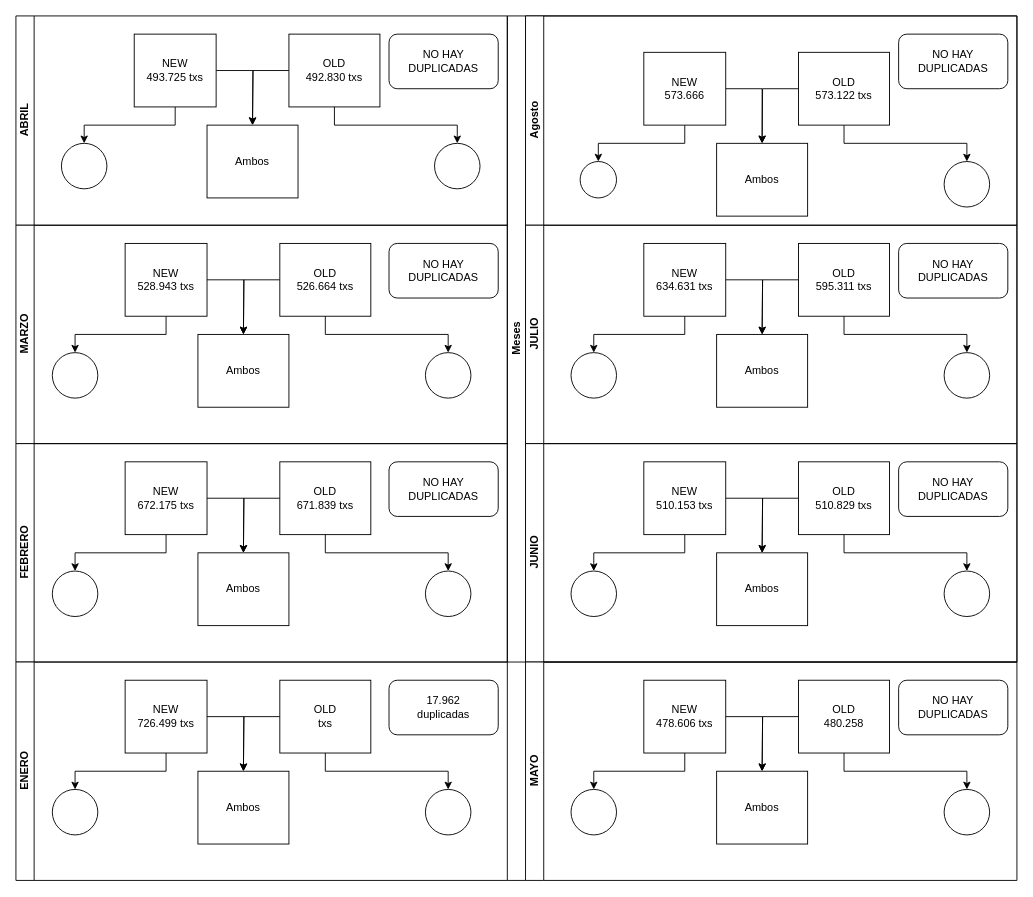
This is INdices.drawio from MatiasQuinlan/makarkrk, a draw.io file, before an edit. Source tidied: cells renumbered, new cells numbered last; positions are measured from the earlier drawing's top-left corner, leaving out a move shared by most shapes. Both pictures are drawn from the tidied source at 91%, with x=0, y=0 at pixel (15, 15).
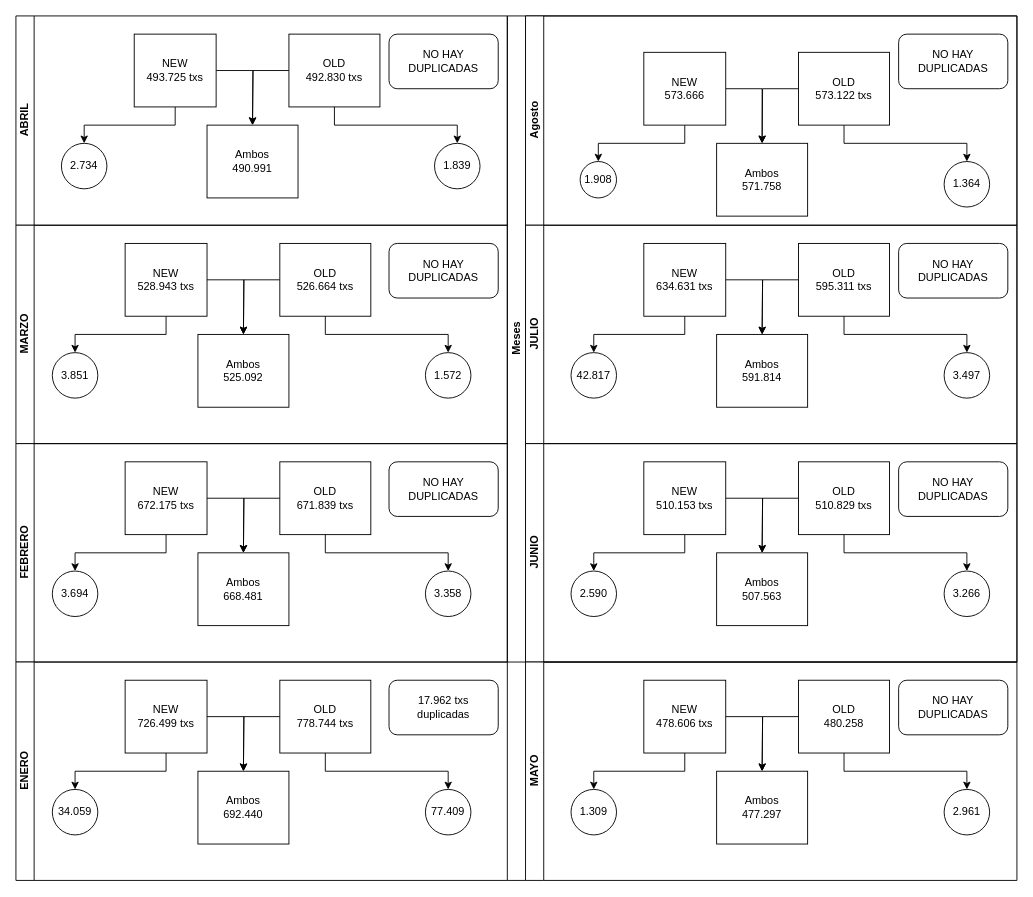
The same page after the edit.

Unchanged cells that the change refers to:
```xml
<mxCell id="3" value="Agosto" style="swimlane;html=1;startSize=20;horizontal=0;" parent="2" vertex="1">
  <mxGeometry x="20" width="540" height="230" as="geometry" />
</mxCell>
<mxCell id="14" value="JULIO&lt;br&gt;" style="swimlane;html=1;startSize=20;horizontal=0;" parent="2" vertex="1">
  <mxGeometry x="20" y="230" width="540" height="240" as="geometry" />
</mxCell>
<mxCell id="25" value="JUNIO" style="swimlane;html=1;startSize=20;horizontal=0;" parent="2" vertex="1">
  <mxGeometry x="20" y="470" width="540" height="240" as="geometry" />
</mxCell>
<mxCell id="36" value="MAYO" style="swimlane;html=1;startSize=20;horizontal=0;" parent="1" vertex="1">
  <mxGeometry x="560" y="710" width="540" height="240" as="geometry" />
</mxCell>
<mxCell id="47" value="ABRIL" style="swimlane;html=1;startSize=20;horizontal=0;" parent="1" vertex="1">
  <mxGeometry width="540" height="230" as="geometry" />
</mxCell>
<mxCell id="58" value="MARZO" style="swimlane;html=1;startSize=20;horizontal=0;" parent="1" vertex="1">
  <mxGeometry y="230" width="540" height="240" as="geometry" />
</mxCell>
<mxCell id="69" value="FEBRERO" style="swimlane;html=1;startSize=20;horizontal=0;" parent="1" vertex="1">
  <mxGeometry y="470" width="540" height="240" as="geometry" />
</mxCell>
<mxCell id="80" value="ENERO" style="swimlane;html=1;startSize=20;horizontal=0;" parent="1" vertex="1">
  <mxGeometry y="710" width="540" height="240" as="geometry" />
</mxCell>
```

Change to the diagram source:
```diff
@@
-    <mxCell id="4" style="ellipse;whiteSpace=wrap;html=1;" parent="3" vertex="1">
+    <mxCell id="4" value="1.908" style="ellipse;whiteSpace=wrap;html=1;" parent="3" vertex="1">
       <mxGeometry x="60" y="160" width="40" height="40" as="geometry" />
     </mxCell>
@@
-    <mxCell id="11" style="ellipse;whiteSpace=wrap;html=1;" parent="3" vertex="1">
+    <mxCell id="11" value="1.364" style="ellipse;whiteSpace=wrap;html=1;" parent="3" vertex="1">
       <mxGeometry x="460" y="160" width="50" height="50" as="geometry" />
     </mxCell>
-    <mxCell id="12" value="Ambos&lt;br&gt;" style="rounded=0;whiteSpace=wrap;html=1;fontFamily=Helvetica;fontSize=12;fontColor=#000000;align=center;" parent="3" vertex="1">
+    <mxCell id="12" value="Ambos&lt;br&gt;571.758" style="rounded=0;whiteSpace=wrap;html=1;fontFamily=Helvetica;fontSize=12;fontColor=#000000;align=center;" parent="3" vertex="1">
       <mxGeometry x="210" y="140" width="100" height="80" as="geometry" />
     </mxCell>
@@
-    <mxCell id="15" style="ellipse;whiteSpace=wrap;html=1;" parent="14" vertex="1">
+    <mxCell id="15" value="42.817" style="ellipse;whiteSpace=wrap;html=1;" parent="14" vertex="1">
       <mxGeometry x="50" y="140" width="50" height="50" as="geometry" />
     </mxCell>
@@
-    <mxCell id="21" style="ellipse;whiteSpace=wrap;html=1;" parent="14" vertex="1">
+    <mxCell id="21" value="3.497" style="ellipse;whiteSpace=wrap;html=1;" parent="14" vertex="1">
       <mxGeometry x="460" y="140" width="50" height="50" as="geometry" />
     </mxCell>
@@
-    <mxCell id="24" value="Ambos&lt;br&gt;" style="rounded=0;whiteSpace=wrap;html=1;fontFamily=Helvetica;fontSize=12;fontColor=#000000;align=center;" parent="14" vertex="1">
+    <mxCell id="24" value="Ambos&lt;br&gt;591.814" style="rounded=0;whiteSpace=wrap;html=1;fontFamily=Helvetica;fontSize=12;fontColor=#000000;align=center;" parent="14" vertex="1">
       <mxGeometry x="210" y="120" width="100" height="80" as="geometry" />
     </mxCell>
@@
-    <mxCell id="26" style="ellipse;whiteSpace=wrap;html=1;" parent="25" vertex="1">
+    <mxCell id="26" value="2.590" style="ellipse;whiteSpace=wrap;html=1;" parent="25" vertex="1">
       <mxGeometry x="50" y="140" width="50" height="50" as="geometry" />
     </mxCell>
@@
-    <mxCell id="32" style="ellipse;whiteSpace=wrap;html=1;" parent="25" vertex="1">
+    <mxCell id="32" value="3.266" style="ellipse;whiteSpace=wrap;html=1;" parent="25" vertex="1">
       <mxGeometry x="460" y="140" width="50" height="50" as="geometry" />
     </mxCell>
@@
-    <mxCell id="35" value="Ambos&lt;br&gt;" style="rounded=0;whiteSpace=wrap;html=1;fontFamily=Helvetica;fontSize=12;fontColor=#000000;align=center;" parent="25" vertex="1">
+    <mxCell id="35" value="Ambos&lt;br&gt;507.563" style="rounded=0;whiteSpace=wrap;html=1;fontFamily=Helvetica;fontSize=12;fontColor=#000000;align=center;" parent="25" vertex="1">
       <mxGeometry x="210" y="120" width="100" height="80" as="geometry" />
     </mxCell>
@@
-    <mxCell id="37" style="ellipse;whiteSpace=wrap;html=1;" parent="36" vertex="1">
+    <mxCell id="37" value="1.309" style="ellipse;whiteSpace=wrap;html=1;" parent="36" vertex="1">
       <mxGeometry x="50" y="140" width="50" height="50" as="geometry" />
     </mxCell>
@@
-    <mxCell id="43" style="ellipse;whiteSpace=wrap;html=1;" parent="36" vertex="1">
+    <mxCell id="43" value="2.961" style="ellipse;whiteSpace=wrap;html=1;" parent="36" vertex="1">
       <mxGeometry x="460" y="140" width="50" height="50" as="geometry" />
     </mxCell>
@@
-    <mxCell id="46" value="Ambos&lt;br&gt;" style="rounded=0;whiteSpace=wrap;html=1;fontFamily=Helvetica;fontSize=12;fontColor=#000000;align=center;" parent="36" vertex="1">
+    <mxCell id="46" value="Ambos&lt;br&gt;477.297" style="rounded=0;whiteSpace=wrap;html=1;fontFamily=Helvetica;fontSize=12;fontColor=#000000;align=center;" parent="36" vertex="1">
       <mxGeometry x="210" y="120" width="100" height="80" as="geometry" />
     </mxCell>
@@
-    <mxCell id="48" style="ellipse;whiteSpace=wrap;html=1;" parent="47" vertex="1">
+    <mxCell id="48" value="2.734" style="ellipse;whiteSpace=wrap;html=1;" parent="47" vertex="1">
       <mxGeometry x="50" y="140" width="50" height="50" as="geometry" />
     </mxCell>
@@
-    <mxCell id="54" style="ellipse;whiteSpace=wrap;html=1;" parent="47" vertex="1">
+    <mxCell id="54" value="1.839" style="ellipse;whiteSpace=wrap;html=1;" parent="47" vertex="1">
       <mxGeometry x="460" y="140" width="50" height="50" as="geometry" />
     </mxCell>
@@
-    <mxCell id="57" value="Ambos&lt;br&gt;" style="rounded=0;whiteSpace=wrap;html=1;fontFamily=Helvetica;fontSize=12;fontColor=#000000;align=center;" parent="47" vertex="1">
+    <mxCell id="57" value="Ambos&lt;br&gt;490.991" style="rounded=0;whiteSpace=wrap;html=1;fontFamily=Helvetica;fontSize=12;fontColor=#000000;align=center;" parent="47" vertex="1">
       <mxGeometry x="210" y="120" width="100" height="80" as="geometry" />
     </mxCell>
@@
-    <mxCell id="59" style="ellipse;whiteSpace=wrap;html=1;" parent="58" vertex="1">
+    <mxCell id="59" value="3.851" style="ellipse;whiteSpace=wrap;html=1;" parent="58" vertex="1">
       <mxGeometry x="40" y="140" width="50" height="50" as="geometry" />
     </mxCell>
@@
-    <mxCell id="65" style="ellipse;whiteSpace=wrap;html=1;" parent="58" vertex="1">
+    <mxCell id="65" value="1.572" style="ellipse;whiteSpace=wrap;html=1;" parent="58" vertex="1">
       <mxGeometry x="450" y="140" width="50" height="50" as="geometry" />
     </mxCell>
@@
-    <mxCell id="68" value="Ambos&lt;br&gt;" style="rounded=0;whiteSpace=wrap;html=1;fontFamily=Helvetica;fontSize=12;fontColor=#000000;align=center;" parent="58" vertex="1">
+    <mxCell id="68" value="Ambos&lt;br&gt;525.092" style="rounded=0;whiteSpace=wrap;html=1;fontFamily=Helvetica;fontSize=12;fontColor=#000000;align=center;" parent="58" vertex="1">
       <mxGeometry x="200" y="120" width="100" height="80" as="geometry" />
     </mxCell>
@@
-    <mxCell id="70" style="ellipse;whiteSpace=wrap;html=1;" parent="69" vertex="1">
+    <mxCell id="70" value="3.694" style="ellipse;whiteSpace=wrap;html=1;" parent="69" vertex="1">
       <mxGeometry x="40" y="140" width="50" height="50" as="geometry" />
     </mxCell>
@@
-    <mxCell id="76" style="ellipse;whiteSpace=wrap;html=1;" parent="69" vertex="1">
+    <mxCell id="76" value="3.358" style="ellipse;whiteSpace=wrap;html=1;" parent="69" vertex="1">
       <mxGeometry x="450" y="140" width="50" height="50" as="geometry" />
     </mxCell>
@@
-    <mxCell id="79" value="Ambos&lt;br&gt;" style="rounded=0;whiteSpace=wrap;html=1;fontFamily=Helvetica;fontSize=12;fontColor=#000000;align=center;" parent="69" vertex="1">
+    <mxCell id="79" value="Ambos&lt;br&gt;668.481" style="rounded=0;whiteSpace=wrap;html=1;fontFamily=Helvetica;fontSize=12;fontColor=#000000;align=center;" parent="69" vertex="1">
       <mxGeometry x="200" y="120" width="100" height="80" as="geometry" />
     </mxCell>
@@
-    <mxCell id="81" style="ellipse;whiteSpace=wrap;html=1;" parent="80" vertex="1">
+    <mxCell id="81" value="34.059" style="ellipse;whiteSpace=wrap;html=1;" parent="80" vertex="1">
       <mxGeometry x="40" y="140" width="50" height="50" as="geometry" />
     </mxCell>
@@
-    <mxCell id="86" value="OLD&lt;br&gt;txs" style="rounded=0;whiteSpace=wrap;html=1;fontFamily=Helvetica;fontSize=12;fontColor=#000000;align=center;" parent="80" vertex="1">
+    <mxCell id="86" value="OLD&lt;br&gt;778.744&amp;nbsp;txs" style="rounded=0;whiteSpace=wrap;html=1;fontFamily=Helvetica;fontSize=12;fontColor=#000000;align=center;" parent="80" vertex="1">
       <mxGeometry x="290" y="20" width="100" height="80" as="geometry" />
     </mxCell>
-    <mxCell id="87" style="ellipse;whiteSpace=wrap;html=1;" parent="80" vertex="1">
+    <mxCell id="87" value="77.409" style="ellipse;whiteSpace=wrap;html=1;" parent="80" vertex="1">
       <mxGeometry x="450" y="140" width="50" height="50" as="geometry" />
     </mxCell>
@@
-    <mxCell id="89" value="17.962&lt;br&gt;duplicadas" style="rounded=1;whiteSpace=wrap;html=1;" parent="80" vertex="1">
+    <mxCell id="89" value="17.962 txs &lt;br&gt;duplicadas" style="rounded=1;whiteSpace=wrap;html=1;" parent="80" vertex="1">
       <mxGeometry x="410" y="20" width="120" height="60" as="geometry" />
     </mxCell>
-    <mxCell id="90" value="Ambos&lt;br&gt;" style="rounded=0;whiteSpace=wrap;html=1;fontFamily=Helvetica;fontSize=12;fontColor=#000000;align=center;" parent="80" vertex="1">
+    <mxCell id="90" value="Ambos&lt;br&gt;692.440" style="rounded=0;whiteSpace=wrap;html=1;fontFamily=Helvetica;fontSize=12;fontColor=#000000;align=center;" parent="80" vertex="1">
       <mxGeometry x="200" y="120" width="100" height="80" as="geometry" />
     </mxCell>
```
